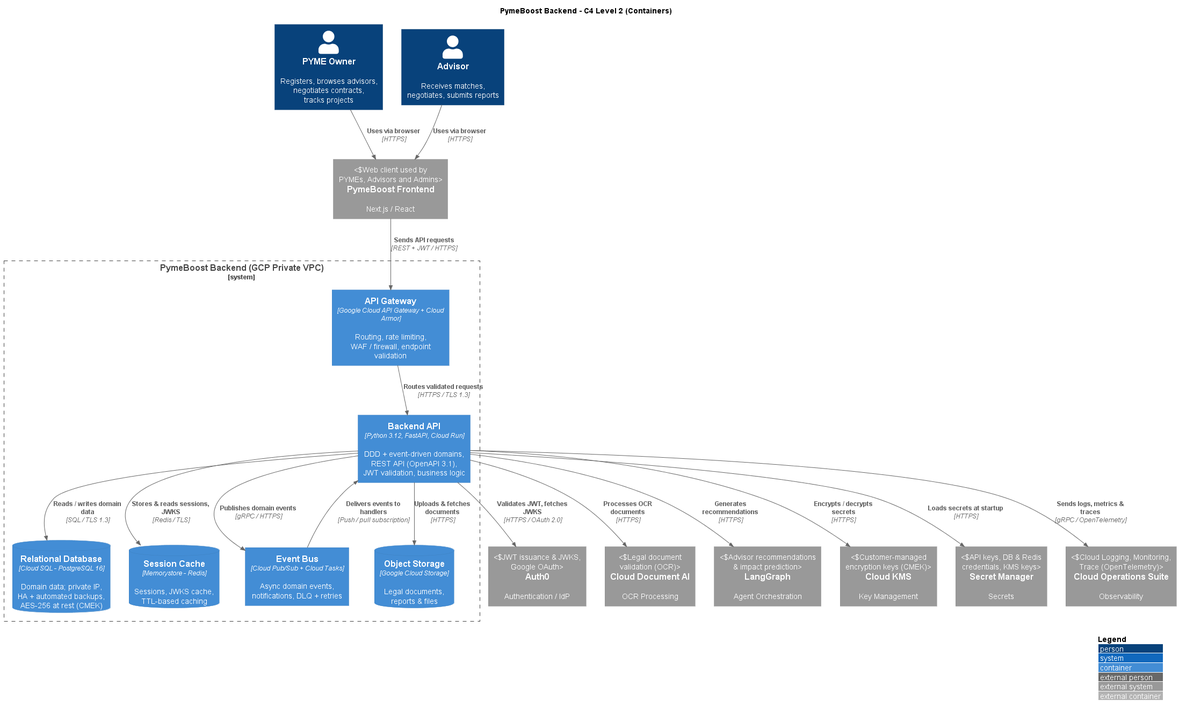
Before: docs/images/backend/containers_c4bck.png, a diagram exported from PlantUML (IsaacVil/PymeBoost). Its diagram source:
```plantuml
@startuml PymeBoost_Backend_C4_Level2
!include https://raw.githubusercontent.com/plantuml-stdlib/C4-PlantUML/master/C4_Container.puml

LAYOUT_WITH_LEGEND()

title PymeBoost Backend - C4 Level 2 (Containers)

Person(pyme, "PYME Owner", "Registers, browses advisors,\nnegotiates contracts,\ntracks projects")
Person(advisor, "Advisor", "Receives matches,\nnegotiates, submits reports")

System_Ext(frontend, "PymeBoost Frontend", "Next.js / React", "Web client used by\nPYMEs, Advisors and Admins")

System_Boundary(backend_boundary, "PymeBoost Backend (GCP Private VPC)") {
    Container(api_gateway, "API Gateway", "Google Cloud API Gateway + Cloud Armor", "Routing, rate limiting,\nWAF / firewall, endpoint validation")
    Container(app, "Backend API", "Python 3.12, FastAPI, Cloud Run", "DDD + event-driven domains,\nREST API (OpenAPI 3.1),\nJWT validation, business logic")
    ContainerDb(db, "Relational Database", "Cloud SQL - PostgreSQL 16", "Domain data; private IP,\nHA + automated backups,\nAES-256 at rest (CMEK)")
    ContainerDb(redis, "Session Cache", "Memorystore - Redis", "Sessions, JWKS cache,\nTTL-based caching")
    Container(pubsub, "Event Bus", "Cloud Pub/Sub + Cloud Tasks", "Async domain events,\nnotifications, DLQ + retries")
    ContainerDb(storage, "Object Storage", "Google Cloud Storage", "Legal documents,\nreports & files")
}

System_Ext(auth0, "Auth0", "Authentication / IdP", "JWT issuance & JWKS,\nGoogle OAuth")
System_Ext(document_ai, "Cloud Document AI", "OCR Processing", "Legal document\nvalidation (OCR)")
System_Ext(langgraph, "LangGraph", "Agent Orchestration", "Advisor recommendations\n& impact prediction")
System_Ext(kms, "Cloud KMS", "Key Management", "Customer-managed\nencryption keys (CMEK)")
System_Ext(secrets, "Secret Manager", "Secrets", "API keys, DB & Redis\ncredentials, KMS keys")
System_Ext(ops, "Cloud Operations Suite", "Observability", "Cloud Logging, Monitoring,\nTrace (OpenTelemetry)")

Rel(pyme, frontend, "Uses via browser", "HTTPS")
Rel(advisor, frontend, "Uses via browser", "HTTPS")

Rel(frontend, api_gateway, "Sends API requests", "REST + JWT / HTTPS")
Rel(api_gateway, app, "Routes validated requests", "HTTPS / TLS 1.3")

Rel(app, db, "Reads / writes domain data", "SQL / TLS 1.3")
Rel(app, redis, "Stores & reads sessions, JWKS", "Redis / TLS")
Rel(app, pubsub, "Publishes domain events", "gRPC / HTTPS")
Rel_Back(app, pubsub, "Delivers events to handlers", "Push / pull subscription")
Rel(app, storage, "Uploads & fetches documents", "HTTPS")

Rel(app, auth0, "Validates JWT, fetches JWKS", "HTTPS / OAuth 2.0")
Rel(app, document_ai, "Processes OCR documents", "HTTPS")
Rel(app, langgraph, "Generates recommendations", "HTTPS")
Rel(app, kms, "Encrypts / decrypts secrets", "HTTPS")
Rel(app, secrets, "Loads secrets at startup", "HTTPS")
Rel(app, ops, "Sends logs, metrics & traces", "gRPC / OpenTelemetry")

@enduml
```
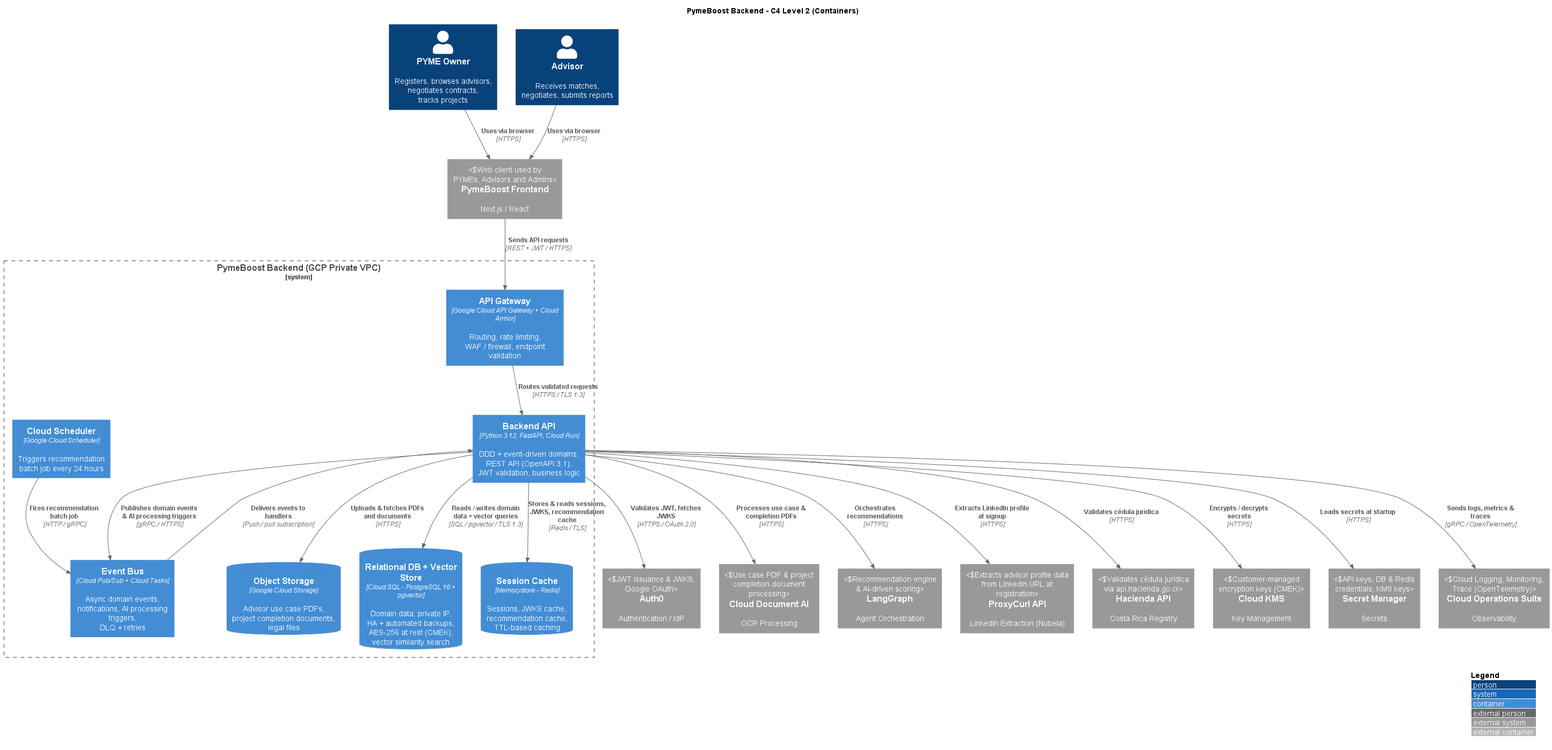
After the change.

The edit, as a diff of the source:
```diff
@@ -8,20 +8,22 @@
 Person(pyme, "PYME Owner", "Registers, browses advisors,\nnegotiates contracts,\ntracks projects")
 Person(advisor, "Advisor", "Receives matches,\nnegotiates, submits reports")
 
-System_Ext(frontend, "PymeBoost Frontend", "Next.js / React", "Web client used by\nPYMEs, Advisors and Admins")
-
 System_Boundary(backend_boundary, "PymeBoost Backend (GCP Private VPC)") {
     Container(api_gateway, "API Gateway", "Google Cloud API Gateway + Cloud Armor", "Routing, rate limiting,\nWAF / firewall, endpoint validation")
     Container(app, "Backend API", "Python 3.12, FastAPI, Cloud Run", "DDD + event-driven domains,\nREST API (OpenAPI 3.1),\nJWT validation, business logic")
-    ContainerDb(db, "Relational Database", "Cloud SQL - PostgreSQL 16", "Domain data; private IP,\nHA + automated backups,\nAES-256 at rest (CMEK)")
-    ContainerDb(redis, "Session Cache", "Memorystore - Redis", "Sessions, JWKS cache,\nTTL-based caching")
-    Container(pubsub, "Event Bus", "Cloud Pub/Sub + Cloud Tasks", "Async domain events,\nnotifications, DLQ + retries")
-    ContainerDb(storage, "Object Storage", "Google Cloud Storage", "Legal documents,\nreports & files")
+    ContainerDb(db, "Relational DB + Vector Store", "Cloud SQL - PostgreSQL 16 + pgvector", "Domain data; private IP,\nHA + automated backups,\nAES-256 at rest (CMEK),\nvector similarity search")
+    ContainerDb(redis, "Session Cache", "Memorystore - Redis", "Sessions, JWKS cache,\nrecommendation cache,\nTTL-based caching")
+    Container(pubsub, "Event Bus", "Cloud Pub/Sub + Cloud Tasks", "Async domain events,\nnotifications, AI processing triggers,\nDLQ + retries")
+    ContainerDb(storage, "Object Storage", "Google Cloud Storage", "Advisor use case PDFs,\nproject completion documents,\nlegal files")
+    Container(scheduler, "Cloud Scheduler", "Google Cloud Scheduler", "Triggers recommendation\nbatch job every 24 hours")
 }
 
+System_Ext(frontend, "PymeBoost Frontend", "Next.js / React", "Web client used by\nPYMEs, Advisors and Admins")
 System_Ext(auth0, "Auth0", "Authentication / IdP", "JWT issuance & JWKS,\nGoogle OAuth")
-System_Ext(document_ai, "Cloud Document AI", "OCR Processing", "Legal document\nvalidation (OCR)")
-System_Ext(langgraph, "LangGraph", "Agent Orchestration", "Advisor recommendations\n& impact prediction")
+System_Ext(document_ai, "Cloud Document AI", "OCR Processing", "Use case PDF & project\ncompletion document processing")
+System_Ext(langgraph, "LangGraph", "Agent Orchestration", "Recommendation engine\n& AI-driven scoring")
+System_Ext(proxycurl, "ProxyCurl API", "LinkedIn Extraction (Nubela)", "Extracts advisor profile data\nfrom LinkedIn URL at registration")
+System_Ext(hacienda_api, "Hacienda API", "Costa Rica Registry", "Validates cédula jurídica\nvia api.hacienda.go.cr")
 System_Ext(kms, "Cloud KMS", "Key Management", "Customer-managed\nencryption keys (CMEK)")
 System_Ext(secrets, "Secret Manager", "Secrets", "API keys, DB & Redis\ncredentials, KMS keys")
 System_Ext(ops, "Cloud Operations Suite", "Observability", "Cloud Logging, Monitoring,\nTrace (OpenTelemetry)")
@@ -32,17 +34,21 @@
 Rel(frontend, api_gateway, "Sends API requests", "REST + JWT / HTTPS")
 Rel(api_gateway, app, "Routes validated requests", "HTTPS / TLS 1.3")
 
-Rel(app, db, "Reads / writes domain data", "SQL / TLS 1.3")
-Rel(app, redis, "Stores & reads sessions, JWKS", "Redis / TLS")
-Rel(app, pubsub, "Publishes domain events", "gRPC / HTTPS")
+Rel(app, db, "Reads / writes domain data + vector queries", "SQL / pgvector / TLS 1.3")
+Rel(app, redis, "Stores & reads sessions, JWKS, recommendation cache", "Redis / TLS")
+Rel(app, pubsub, "Publishes domain events & AI processing triggers", "gRPC / HTTPS")
 Rel_Back(app, pubsub, "Delivers events to handlers", "Push / pull subscription")
-Rel(app, storage, "Uploads & fetches documents", "HTTPS")
+Rel(app, storage, "Uploads & fetches PDFs and documents", "HTTPS")
 
-Rel(app, auth0, "Validates JWT, fetches JWKS", "HTTPS / OAuth 2.0")
-Rel(app, document_ai, "Processes OCR documents", "HTTPS")
-Rel(app, langgraph, "Generates recommendations", "HTTPS")
-Rel(app, kms, "Encrypts / decrypts secrets", "HTTPS")
-Rel(app, secrets, "Loads secrets at startup", "HTTPS")
-Rel(app, ops, "Sends logs, metrics & traces", "gRPC / OpenTelemetry")
+Rel(scheduler, pubsub, "Fires recommendation batch job", "HTTP / gRPC")
+
+Rel(app, auth0,       "Validates JWT, fetches JWKS",         "HTTPS / OAuth 2.0")
+Rel(app, document_ai, "Processes use case & completion PDFs", "HTTPS")
+Rel(app, langgraph,   "Orchestrates recommendations",         "HTTPS")
+Rel(app, proxycurl,   "Extracts LinkedIn profile at signup",  "HTTPS")
+Rel(app, hacienda_api,"Validates cédula jurídica",            "HTTPS")
+Rel(app, kms,         "Encrypts / decrypts secrets",          "HTTPS")
+Rel(app, secrets,     "Loads secrets at startup",             "HTTPS")
+Rel(app, ops,         "Sends logs, metrics & traces",         "gRPC / OpenTelemetry")
 
 @enduml
```
